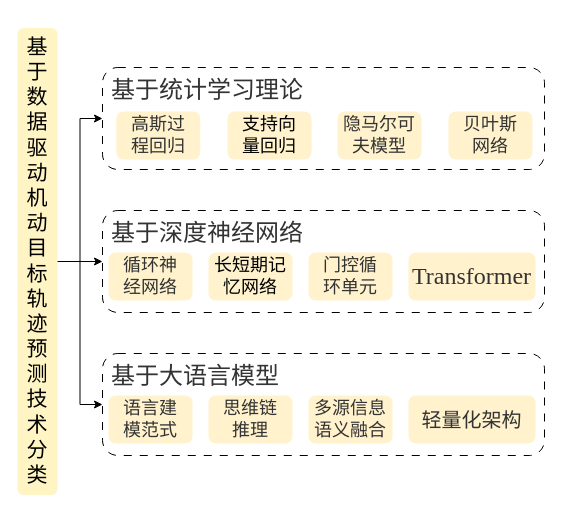
master-fency/plot keeps this draw.io diagram as 框架2.drawio. Above is the earlier version. Source tidied: cells renumbered, new cells numbered last; positions are measured from the earlier drawing's top-left corner, leaving out a move shared by most shapes. Both pictures are drawn from the tidied source at 100%, with x=0, y=0 at pixel (17, 28).
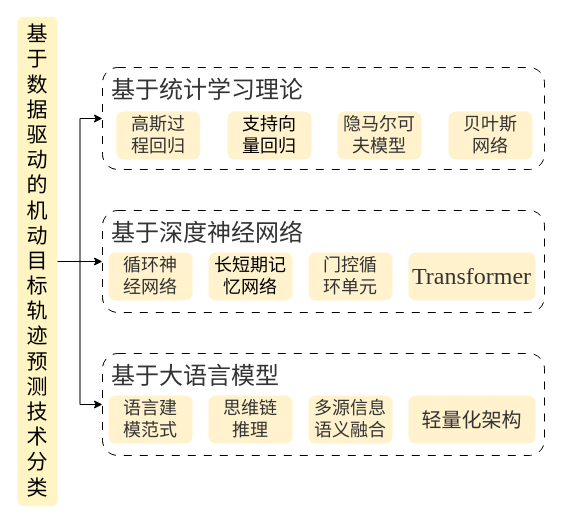
The same page after the edit.

The edit, as a diff of the source:
```diff
@@
-    <mxCell id="5" value="&lt;span class=&quot;a0&quot;&gt;&lt;font face=&quot;Times New Roman&quot; style=&quot;font-size: 21px;&quot;&gt;基于数据驱动机动目标轨迹预测技术分类&lt;/font&gt;&lt;/span&gt;" style="rounded=1;whiteSpace=wrap;html=1;fillColor=#FFF4C3;strokeColor=none;" parent="1" vertex="1">
-      <mxGeometry y="-0.4" width="40" height="466.8" as="geometry" />
+    <mxCell id="5" value="&lt;span class=&quot;a0&quot;&gt;&lt;font face=&quot;Times New Roman&quot; style=&quot;font-size: 21px;&quot;&gt;基于数据驱动的机动目标轨迹预测技术分类&lt;/font&gt;&lt;/span&gt;" style="rounded=1;whiteSpace=wrap;html=1;fillColor=#FFF4C3;strokeColor=none;" parent="1" vertex="1">
+      <mxGeometry y="-11.7" width="40" height="489.4" as="geometry" />
     </mxCell>
```
